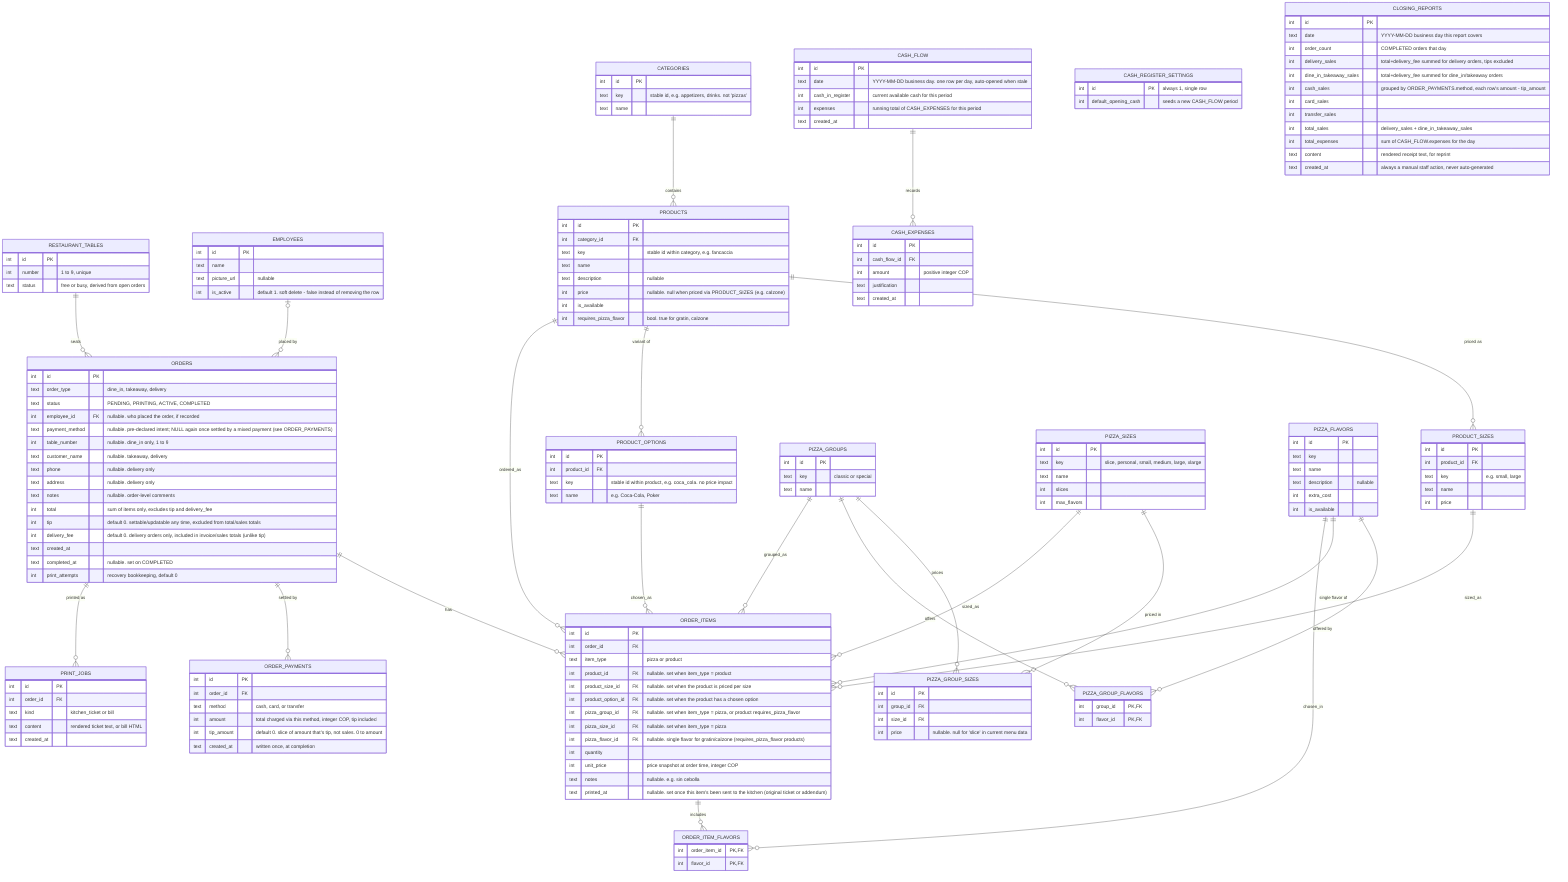
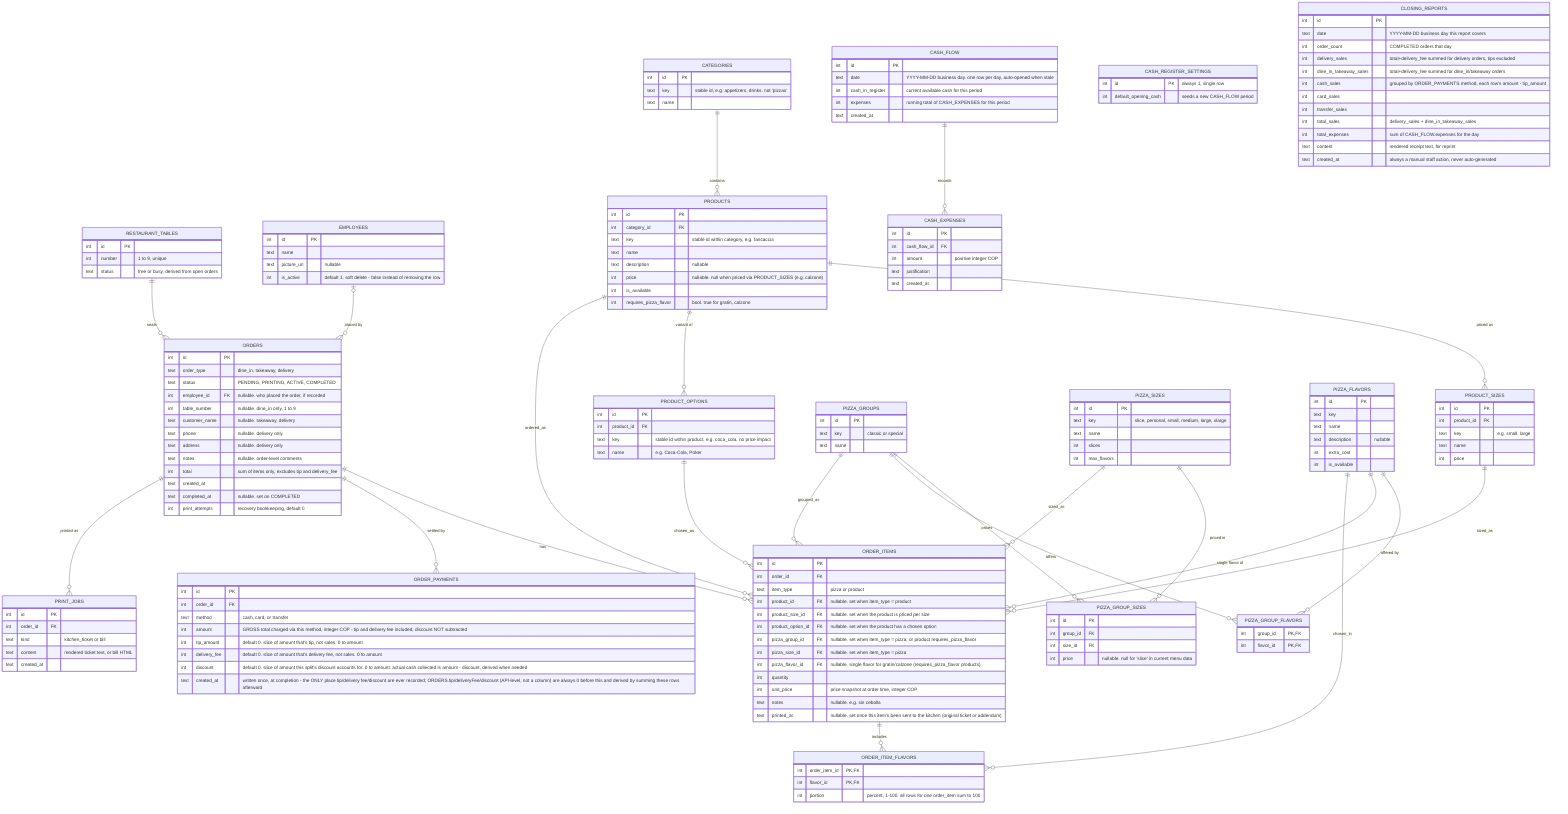
erDiagram
  RESTAURANT_TABLES ||--o{ ORDERS : seats
  EMPLOYEES |o--o{ ORDERS : "placed by"

  CATEGORIES ||--o{ PRODUCTS : contains
  PRODUCTS ||--o{ PRODUCT_SIZES : "priced as"
  PRODUCTS ||--o{ PRODUCT_OPTIONS : "variant of"

  PIZZA_GROUPS ||--o{ PIZZA_GROUP_SIZES : prices
  PIZZA_SIZES ||--o{ PIZZA_GROUP_SIZES : "priced in"
  PIZZA_GROUPS ||--o{ PIZZA_GROUP_FLAVORS : offers
  PIZZA_FLAVORS ||--o{ PIZZA_GROUP_FLAVORS : "offered by"

  ORDERS ||--o{ ORDER_ITEMS : has
  ORDERS ||--o{ ORDER_PAYMENTS : "settled by"
  PRODUCTS ||--o{ ORDER_ITEMS : ordered_as
  PRODUCT_SIZES ||--o{ ORDER_ITEMS : sized_as
  PRODUCT_OPTIONS ||--o{ ORDER_ITEMS : chosen_as
  PIZZA_GROUPS ||--o{ ORDER_ITEMS : grouped_as
  PIZZA_SIZES ||--o{ ORDER_ITEMS : sized_as
  PIZZA_FLAVORS ||--o{ ORDER_ITEMS : "single flavor of"
  ORDER_ITEMS ||--o{ ORDER_ITEM_FLAVORS : includes
  PIZZA_FLAVORS ||--o{ ORDER_ITEM_FLAVORS : chosen_in
  ORDERS ||--o{ PRINT_JOBS : "printed as"

  CASH_FLOW ||--o{ CASH_EXPENSES : records

  RESTAURANT_TABLES {
    int id PK
    int number "1 to 9, unique"
    text status "free or busy, derived from open orders"
  }

  EMPLOYEES {
    int id PK
    text name
    text picture_url "nullable"
    int is_active "default 1. soft delete - false instead of removing the row"
  }

  CATEGORIES {
    int id PK
    text key "stable id, e.g. appetizers, drinks. not 'pizzas'"
    text name
  }
  PRODUCTS {
    int id PK
    int category_id FK
    text key "stable id within category, e.g. fancaccia"
    text name
    text description "nullable"
    int price "nullable. null when priced via PRODUCT_SIZES (e.g. calzone)"
    int is_available
    int requires_pizza_flavor "bool. true for gratin, calzone"
  }
  PRODUCT_SIZES {
    int id PK
    int product_id FK
    text key "e.g. small, large"
    text name
    int price
  }
  PRODUCT_OPTIONS {
    int id PK
    int product_id FK
    text key "stable id within product, e.g. coca_cola. no price impact"
    text name "e.g. Coca-Cola, Poker"
  }

  PIZZA_GROUPS {
    int id PK
    text key "classic or special"
    text name
  }
  PIZZA_SIZES {
    int id PK
    text key "slice, personal, small, medium, large, xlarge"
    text name
    int slices
    int max_flavors
  }
  PIZZA_GROUP_SIZES {
    int id PK
    int group_id FK
    int size_id FK
    int price "nullable. null for 'slice' in current menu data"
  }
  PIZZA_FLAVORS {
    int id PK
    text key
    text name
    text description "nullable"
    int extra_cost
    int is_available
  }
  PIZZA_GROUP_FLAVORS {
    int group_id PK, FK
    int flavor_id PK, FK
  }

  ORDERS {
    int id PK
    text order_type "dine_in, takeaway, delivery"
    text status "PENDING, PRINTING, ACTIVE, COMPLETED"
    int employee_id FK "nullable. who placed the order, if recorded"
-     text payment_method "nullable. pre-declared intent; NULL again once settled by a mixed payment (see ORDER_PAYMENTS)"
    int table_number "nullable. dine_in only, 1 to 9"
    text customer_name "nullable. takeaway, delivery"
    text phone "nullable. delivery only"
    text address "nullable. delivery only"
    text notes "nullable. order-level comments"
    int total "sum of items only, excludes tip and delivery_fee"
-     int tip "default 0. settable/updatable any time, excluded from total/sales totals"
-     int delivery_fee "default 0. delivery orders only, included in invoice/sales totals (unlike tip)"
    text created_at
    text completed_at "nullable. set on COMPLETED"
    int print_attempts "recovery bookkeeping, default 0"
  }
  ORDER_ITEMS {
    int id PK
    int order_id FK
    text item_type "pizza or product"
    int product_id FK "nullable. set when item_type = product"
    int product_size_id FK "nullable. set when the product is priced per size"
    int product_option_id FK "nullable. set when the product has a chosen option"
    int pizza_group_id FK "nullable. set when item_type = pizza, or product requires_pizza_flavor"
    int pizza_size_id FK "nullable. set when item_type = pizza"
    int pizza_flavor_id FK "nullable. single flavor for gratin/calzone (requires_pizza_flavor products)"
    int quantity
    int unit_price "price snapshot at order time, integer COP"
    text notes "nullable. e.g. sin cebolla"
    text printed_at "nullable. set once this item's been sent to the kitchen (original ticket or addendum)"
  }
  ORDER_ITEM_FLAVORS {
    int order_item_id PK, FK
    int flavor_id PK, FK
+     int portion "percent, 1-100. all rows for one order_item sum to 100"
  }

  ORDER_PAYMENTS {
    int id PK
    int order_id FK
    text method "cash, card, or transfer"
-     int amount "total charged via this method, integer COP, tip included"
+     int amount "GROSS total charged via this method, integer COP - tip and delivery fee included, discount NOT subtracted"
    int tip_amount "default 0. slice of amount that's tip, not sales. 0 to amount"
-     text created_at "written once, at completion"
+     int delivery_fee "default 0. slice of amount that's delivery fee, not sales. 0 to amount"
+     int discount "default 0. slice of amount this split's discount accounts for. 0 to amount. actual cash collected is amount - discount, derived when needed"
+     text created_at "written once, at completion - the ONLY place tip/delivery fee/discount are ever recorded; ORDERS.tip/deliveryFee/discount (API-level, not a column) are always 0 before this and derived by summing these rows afterward"
  }

  PRINT_JOBS {
    int id PK
    int order_id FK
    text kind "kitchen_ticket or bill"
    text content "rendered ticket text, or bill HTML"
    text created_at
  }

  CASH_REGISTER_SETTINGS {
    int id PK "always 1, single row"
    int default_opening_cash "seeds a new CASH_FLOW period"
  }
  CASH_FLOW {
    int id PK
    text date "YYYY-MM-DD business day. one row per day, auto-opened when stale"
    int cash_in_register "current available cash for this period"
    int expenses "running total of CASH_EXPENSES for this period"
    text created_at
  }
  CASH_EXPENSES {
    int id PK
    int cash_flow_id FK
    int amount "positive integer COP"
    text justification
    text created_at
  }

  CLOSING_REPORTS {
    int id PK
    text date "YYYY-MM-DD business day this report covers"
    int order_count "COMPLETED orders that day"
    int delivery_sales "total+delivery_fee summed for delivery orders, tips excluded"
    int dine_in_takeaway_sales "total+delivery_fee summed for dine_in/takeaway orders"
    int cash_sales "grouped by ORDER_PAYMENTS.method, each row's amount - tip_amount"
    int card_sales
    int transfer_sales
    int total_sales "delivery_sales + dine_in_takeaway_sales"
    int total_expenses "sum of CASH_FLOW.expenses for the day"
    text content "rendered receipt text, for reprint"
    text created_at "always a manual staff action, never auto-generated"
  }
